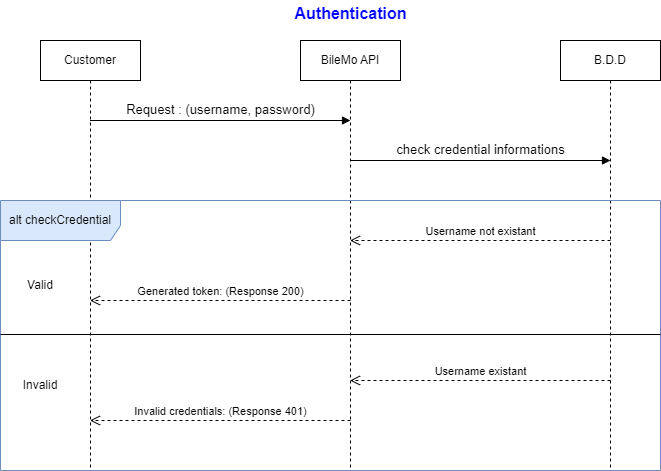
The draw.io diagram UML/Sequence/Authentication.png in Ammar-Khaoula/Web_Service_Exposant_Une_API_Projet7, before a commit. Source tidied: cells renumbered, new cells last; positions are measured from the earlier drawing's top-left corner, leaving out a move shared by most shapes.
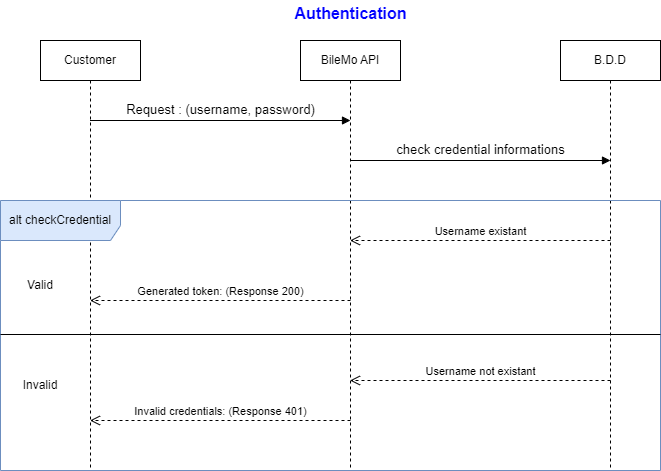
The same file after the commit.

Commit message:
diagramme UML

The edit, as a diff of the source:
```diff
@@ -33,7 +33,7 @@
     <mxCell id="10" value="Invalid" style="text;html=1;strokeColor=none;fillColor=none;align=center;verticalAlign=middle;whiteSpace=wrap;rounded=0;" parent="1" vertex="1">
       <mxGeometry x="10" y="370" width="60" height="30" as="geometry" />
     </mxCell>
-    <mxCell id="11" value="Username not existant" style="html=1;verticalAlign=bottom;endArrow=open;dashed=1;endSize=8;curved=0;rounded=0;" parent="1" edge="1" target="3">
+    <mxCell id="11" value="Username existant" style="html=1;verticalAlign=bottom;endArrow=open;dashed=1;endSize=8;curved=0;rounded=0;" parent="1" edge="1" target="3">
       <mxGeometry relative="1" as="geometry">
         <mxPoint x="610" y="240" as="sourcePoint" />
       </mxGeometry>
@@ -43,7 +43,7 @@
         <mxPoint x="350" y="300" as="sourcePoint" />
       </mxGeometry>
     </mxCell>
-    <mxCell id="13" value="Username existant" style="html=1;verticalAlign=bottom;endArrow=open;dashed=1;endSize=8;curved=0;rounded=0;" parent="1" edge="1" target="3">
+    <mxCell id="13" value="Username not existant" style="html=1;verticalAlign=bottom;endArrow=open;dashed=1;endSize=8;curved=0;rounded=0;" parent="1" edge="1" target="3">
       <mxGeometry relative="1" as="geometry">
         <mxPoint x="610" y="380" as="sourcePoint" />
       </mxGeometry>
```
